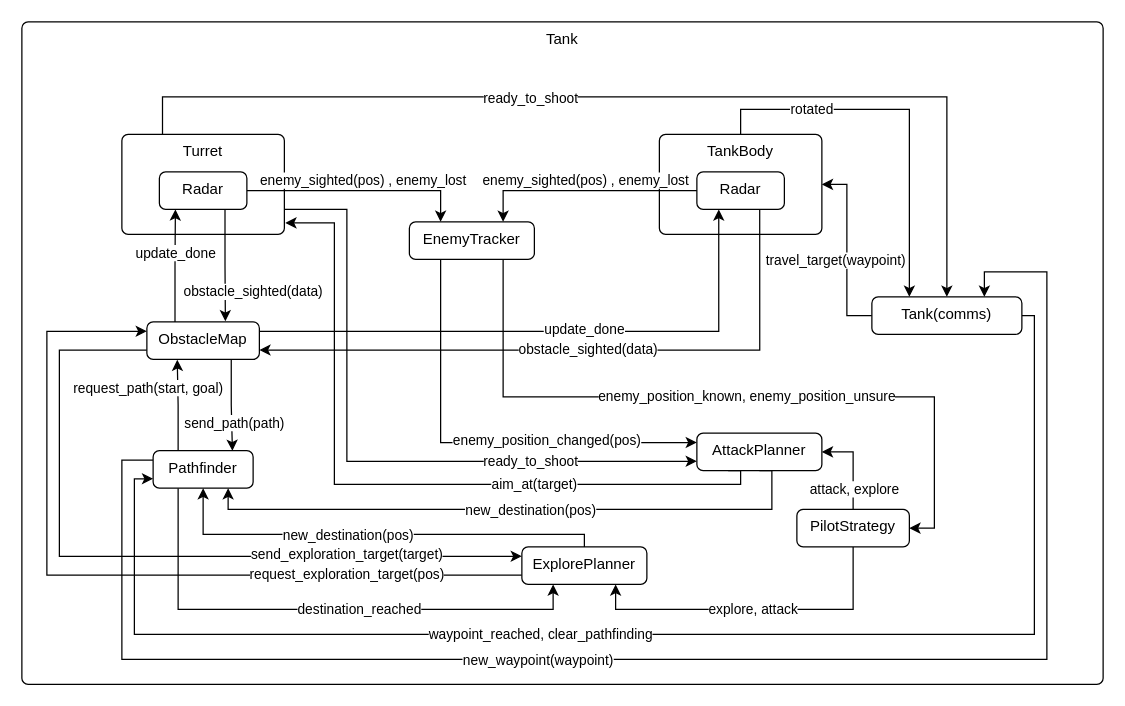
KheminVG/Master-Thesis-NPC-behavior-exploration keeps this draw.io diagram as illustrations/drawio/TankComponentComms.drawio. Above is the earlier version. Source tidied: cells renumbered, new cells numbered last; positions are measured from the earlier drawing's top-left corner, leaving out a move shared by most shapes. Both pictures are drawn from the tidied source at 125%, with x=0, y=0 at pixel (21, 21).
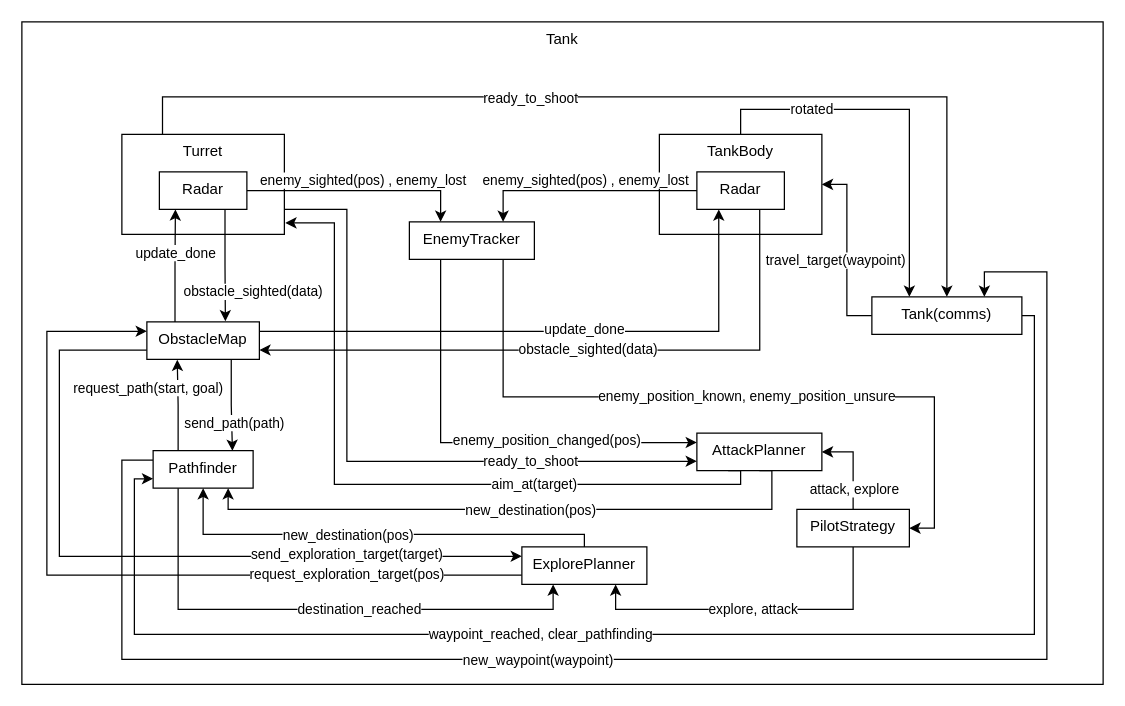
The same page after the edit.

Change to the diagram source:
```diff
@@
-    <mxCell id="2" value="Tank" style="html=1;align=center;verticalAlign=top;rounded=1;absoluteArcSize=1;arcSize=10;dashed=0;whiteSpace=wrap;" parent="1" vertex="1">
+    <mxCell id="2" value="Tank" style="html=1;align=center;verticalAlign=top;rounded=0;absoluteArcSize=1;arcSize=10;dashed=0;whiteSpace=wrap;" parent="1" vertex="1">
       <mxGeometry width="865" height="530" as="geometry" />
     </mxCell>
@@
-    <mxCell id="7" value="Tank(comms)" style="html=1;align=center;verticalAlign=top;rounded=1;absoluteArcSize=1;arcSize=10;dashed=0;whiteSpace=wrap;" parent="1" vertex="1">
+    <mxCell id="7" value="Tank(comms)" style="html=1;align=center;verticalAlign=top;rounded=0;absoluteArcSize=1;arcSize=10;dashed=0;whiteSpace=wrap;" parent="1" vertex="1">
       <mxGeometry x="680" y="220" width="120" height="30" as="geometry" />
     </mxCell>
@@
-    <mxCell id="10" value="ObstacleMap" style="html=1;align=center;verticalAlign=top;rounded=1;absoluteArcSize=1;arcSize=10;dashed=0;whiteSpace=wrap;" parent="1" vertex="1">
+    <mxCell id="10" value="ObstacleMap" style="html=1;align=center;verticalAlign=top;rounded=0;absoluteArcSize=1;arcSize=10;dashed=0;whiteSpace=wrap;" parent="1" vertex="1">
       <mxGeometry x="100" y="240" width="90" height="30" as="geometry" />
     </mxCell>
@@
-    <mxCell id="15" value="EnemyTracker" style="html=1;align=center;verticalAlign=top;rounded=1;absoluteArcSize=1;arcSize=10;dashed=0;whiteSpace=wrap;" parent="1" vertex="1">
+    <mxCell id="15" value="EnemyTracker" style="html=1;align=center;verticalAlign=top;rounded=0;absoluteArcSize=1;arcSize=10;dashed=0;whiteSpace=wrap;" parent="1" vertex="1">
       <mxGeometry x="310" y="160" width="100" height="30" as="geometry" />
     </mxCell>
@@
-    <mxCell id="20" value="Turret" style="html=1;align=center;verticalAlign=top;rounded=1;absoluteArcSize=1;arcSize=10;dashed=0;whiteSpace=wrap;" parent="1" vertex="1">
+    <mxCell id="20" value="Turret" style="html=1;align=center;verticalAlign=top;rounded=0;absoluteArcSize=1;arcSize=10;dashed=0;whiteSpace=wrap;" parent="1" vertex="1">
       <mxGeometry x="80" y="90" width="130" height="80" as="geometry" />
     </mxCell>
@@
-    <mxCell id="25" value="AttackPlanner" style="html=1;align=center;verticalAlign=top;rounded=1;absoluteArcSize=1;arcSize=10;dashed=0;whiteSpace=wrap;" parent="1" vertex="1">
+    <mxCell id="25" value="AttackPlanner" style="html=1;align=center;verticalAlign=top;rounded=0;absoluteArcSize=1;arcSize=10;dashed=0;whiteSpace=wrap;" parent="1" vertex="1">
       <mxGeometry x="540" y="329" width="100" height="30" as="geometry" />
     </mxCell>
@@
-    <mxCell id="28" value="ExplorePlanner" style="html=1;align=center;verticalAlign=top;rounded=1;absoluteArcSize=1;arcSize=10;dashed=0;whiteSpace=wrap;" parent="1" vertex="1">
+    <mxCell id="28" value="ExplorePlanner" style="html=1;align=center;verticalAlign=top;rounded=0;absoluteArcSize=1;arcSize=10;dashed=0;whiteSpace=wrap;" parent="1" vertex="1">
       <mxGeometry x="400" y="420" width="100" height="30" as="geometry" />
     </mxCell>
@@
-    <mxCell id="35" value="Pathfinder" style="html=1;align=center;verticalAlign=top;rounded=1;absoluteArcSize=1;arcSize=10;dashed=0;whiteSpace=wrap;" parent="1" vertex="1">
+    <mxCell id="35" value="Pathfinder" style="html=1;align=center;verticalAlign=top;rounded=0;absoluteArcSize=1;arcSize=10;dashed=0;whiteSpace=wrap;" parent="1" vertex="1">
       <mxGeometry x="105" y="343" width="80" height="30" as="geometry" />
     </mxCell>
@@
-    <mxCell id="40" value="PilotStrategy" style="html=1;align=center;verticalAlign=top;rounded=1;absoluteArcSize=1;arcSize=10;dashed=0;whiteSpace=wrap;" parent="1" vertex="1">
+    <mxCell id="40" value="PilotStrategy" style="html=1;align=center;verticalAlign=top;rounded=0;absoluteArcSize=1;arcSize=10;dashed=0;whiteSpace=wrap;" parent="1" vertex="1">
       <mxGeometry x="620" y="390" width="90" height="30" as="geometry" />
     </mxCell>
@@
-    <mxCell id="43" value="Radar" style="html=1;align=center;verticalAlign=top;rounded=1;absoluteArcSize=1;arcSize=10;dashed=0;whiteSpace=wrap;" parent="1" vertex="1">
+    <mxCell id="43" value="Radar" style="html=1;align=center;verticalAlign=top;rounded=0;absoluteArcSize=1;arcSize=10;dashed=0;whiteSpace=wrap;" parent="1" vertex="1">
       <mxGeometry x="110" y="120" width="70" height="30" as="geometry" />
     </mxCell>
@@
-    <mxCell id="46" value="TankBody" style="html=1;align=center;verticalAlign=top;rounded=1;absoluteArcSize=1;arcSize=10;dashed=0;whiteSpace=wrap;" parent="1" vertex="1">
+    <mxCell id="46" value="TankBody" style="html=1;align=center;verticalAlign=top;rounded=0;absoluteArcSize=1;arcSize=10;dashed=0;whiteSpace=wrap;" parent="1" vertex="1">
       <mxGeometry x="510" y="90" width="130" height="80" as="geometry" />
     </mxCell>
@@
-    <mxCell id="49" value="Radar" style="html=1;align=center;verticalAlign=top;rounded=1;absoluteArcSize=1;arcSize=10;dashed=0;whiteSpace=wrap;" parent="1" vertex="1">
+    <mxCell id="49" value="Radar" style="html=1;align=center;verticalAlign=top;rounded=0;absoluteArcSize=1;arcSize=10;dashed=0;whiteSpace=wrap;" parent="1" vertex="1">
       <mxGeometry x="540" y="120" width="70" height="30" as="geometry" />
     </mxCell>
```
